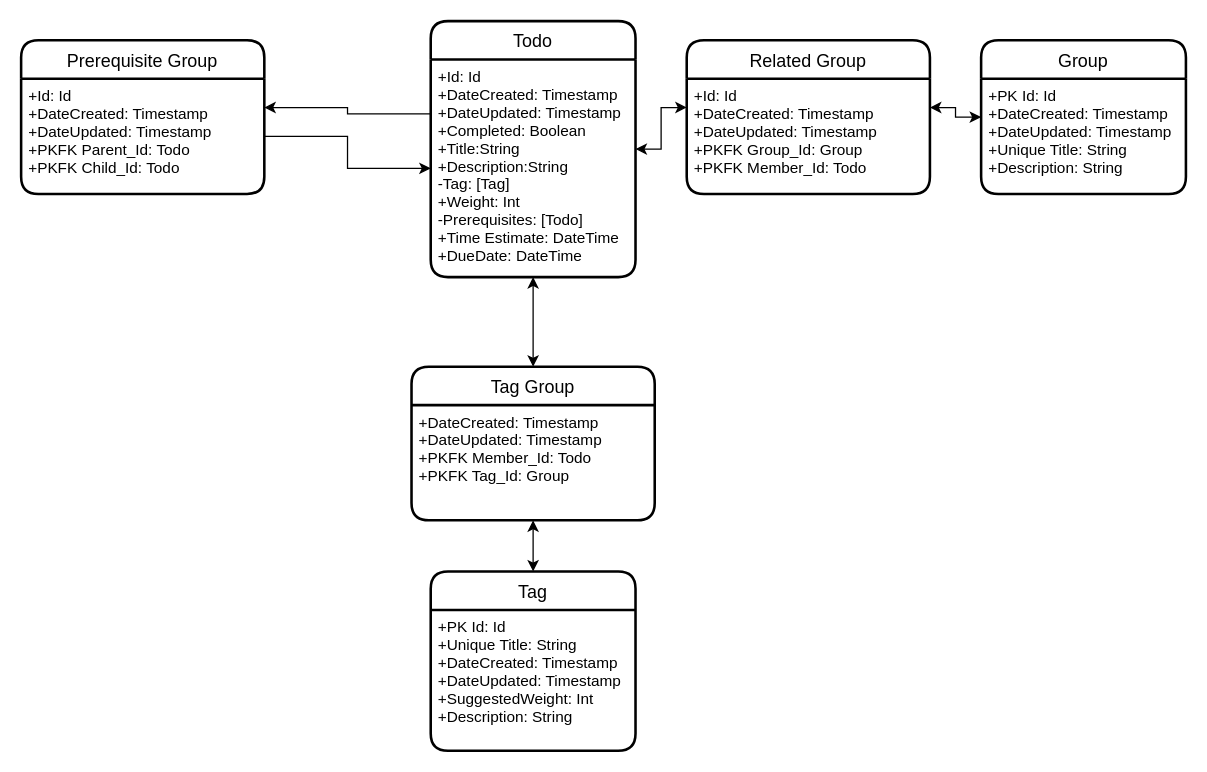
The draw.io diagram page "Database" (1 of 4) of database mockup.drawio in ChristopherCautivar/simple-todo-webapp, before the edit. Source tidied: cells renumbered, new cells numbered last; positions are measured from the earlier drawing's top-left corner, leaving out a move shared by most shapes. Both pictures are drawn from the tidied source at 128%, with x=0, y=0 at pixel (20, 20).
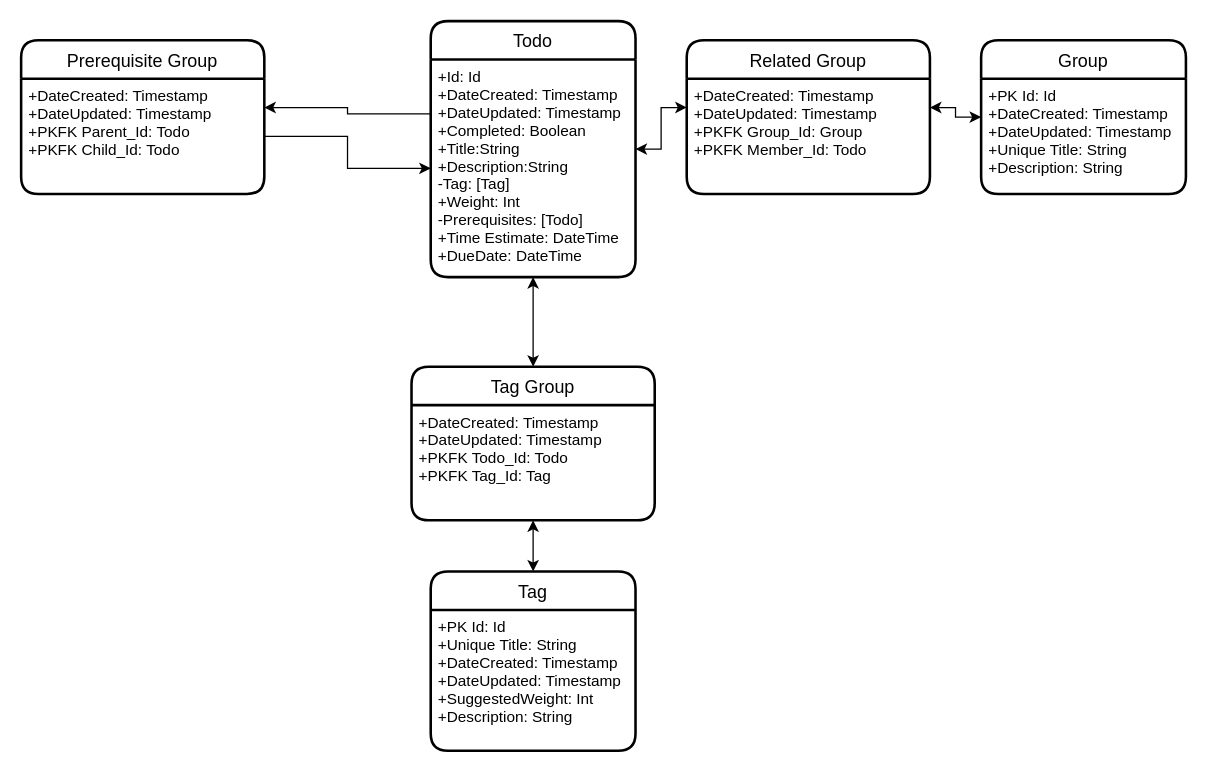
The same diagram, later.

The edit, as a diff of the source:
```diff
@@
 <mxGraphModel>
   <root>
     <mxCell id="0" />
     <mxCell id="1" parent="0" />
     <mxCell id="2" style="edgeStyle=orthogonalEdgeStyle;rounded=0;jettySize=auto;html=1;entryX=0;entryY=0.25;entryDx=0;entryDy=0;startArrow=classic;startFill=1;" parent="1" edge="1" source="3" target="11">
       <mxGeometry relative="1" as="geometry" />
     </mxCell>
     <mxCell id="3" value="Todo" style="swimlane;horizontal=1;startSize=30;rounded=1;fontSize=14;fontStyle=0;strokeWidth=2;shadow=0;dashed=0;align=center;" parent="1" vertex="1">
       <mxGeometry x="320" width="160" height="200" as="geometry" />
     </mxCell>
     <mxCell id="4" value="+Id: Id&#10;+DateCreated: Timestamp&#10;+DateUpdated: Timestamp&#10;+Completed: Boolean&#10;+Title:String&#10;+Description:String&#10;-Tag: [Tag]&#10;+Weight: Int&#10;-Prerequisites: [Todo]&#10;+Time Estimate: DateTime&#10;+DueDate: DateTime" style="align=left;strokeColor=none;fillColor=none;spacingLeft=4;fontSize=12;verticalAlign=top;" parent="3" vertex="1">
       <mxGeometry y="30" width="160" height="170" as="geometry" />
     </mxCell>
     <mxCell id="5" value="Tag" style="swimlane;horizontal=1;startSize=30;rounded=1;fontSize=14;fontStyle=0;strokeWidth=2;shadow=0;dashed=0;align=center;" parent="1" vertex="1">
       <mxGeometry x="320" y="430" width="160" height="140" as="geometry" />
     </mxCell>
     <mxCell id="6" value="+PK Id: Id&#10;+Unique Title: String&#10;+DateCreated: Timestamp&#10;+DateUpdated: Timestamp&#10;+SuggestedWeight: Int&#10;+Description: String" style="align=left;strokeColor=none;fillColor=none;spacingLeft=4;fontSize=12;verticalAlign=top;" parent="5" vertex="1">
       <mxGeometry y="30" width="160" height="110" as="geometry" />
     </mxCell>
     <mxCell id="7" style="edgeStyle=orthogonalEdgeStyle;rounded=0;jettySize=auto;html=1;exitX=1;exitY=0.25;exitDx=0;exitDy=0;startArrow=classic;startFill=1;" parent="1" edge="1" source="11" target="8">
       <mxGeometry relative="1" as="geometry" />
     </mxCell>
     <mxCell id="8" value="Group" style="swimlane;horizontal=1;startSize=30;rounded=1;fontSize=14;fontStyle=0;strokeWidth=2;shadow=0;dashed=0;align=center;" parent="1" vertex="1">
       <mxGeometry x="750" y="15" width="160" height="120" as="geometry" />
     </mxCell>
     <mxCell id="9" value="+PK Id: Id&#10;+DateCreated: Timestamp&#10;+DateUpdated: Timestamp&#10;+Unique Title: String&#10;+Description: String" style="align=left;strokeColor=none;fillColor=none;spacingLeft=4;fontSize=12;verticalAlign=top;" parent="8" vertex="1">
       <mxGeometry y="30" width="160" height="90" as="geometry" />
     </mxCell>
     <mxCell id="10" value="Related Group" style="swimlane;horizontal=1;startSize=30;rounded=1;fontSize=14;fontStyle=0;strokeWidth=2;shadow=0;dashed=0;align=center;" parent="1" vertex="1">
       <mxGeometry x="520" y="15" width="190" height="120" as="geometry" />
     </mxCell>
-    <mxCell id="11" value="+Id: Id&#10;+DateCreated: Timestamp&#10;+DateUpdated: Timestamp&#10;+PKFK Group_Id: Group&#10;+PKFK Member_Id: Todo" style="align=left;strokeColor=none;fillColor=none;spacingLeft=4;fontSize=12;verticalAlign=top;" parent="10" vertex="1">
+    <mxCell id="11" value="+DateCreated: Timestamp&#10;+DateUpdated: Timestamp&#10;+PKFK Group_Id: Group&#10;+PKFK Member_Id: Todo" style="align=left;strokeColor=none;fillColor=none;spacingLeft=4;fontSize=12;verticalAlign=top;" parent="10" vertex="1">
       <mxGeometry y="30" width="190" height="90" as="geometry" />
     </mxCell>
     <mxCell id="12" value="Tag Group" style="swimlane;horizontal=1;startSize=30;rounded=1;fontSize=14;fontStyle=0;strokeWidth=2;shadow=0;dashed=0;align=center;" parent="1" vertex="1">
       <mxGeometry x="305" y="270" width="190" height="120" as="geometry" />
     </mxCell>
-    <mxCell id="13" value="+DateCreated: Timestamp&#10;+DateUpdated: Timestamp&#10;+PKFK Member_Id: Todo&#10;+PKFK Tag_Id: Group" style="align=left;strokeColor=none;fillColor=none;spacingLeft=4;fontSize=12;verticalAlign=top;" parent="12" vertex="1">
+    <mxCell id="13" value="+DateCreated: Timestamp&#10;+DateUpdated: Timestamp&#10;+PKFK Todo_Id: Todo&#10;+PKFK Tag_Id: Tag" style="align=left;strokeColor=none;fillColor=none;spacingLeft=4;fontSize=12;verticalAlign=top;" parent="12" vertex="1">
       <mxGeometry y="30" width="190" height="90" as="geometry" />
     </mxCell>
     <mxCell id="14" value="Prerequisite Group" style="swimlane;horizontal=1;startSize=30;rounded=1;fontSize=14;fontStyle=0;strokeWidth=2;shadow=0;dashed=0;align=center;" parent="1" vertex="1">
       <mxGeometry y="15" width="190" height="120" as="geometry" />
     </mxCell>
-    <mxCell id="15" value="+Id: Id&#10;+DateCreated: Timestamp&#10;+DateUpdated: Timestamp&#10;+PKFK Parent_Id: Todo&#10;+PKFK Child_Id: Todo" style="align=left;strokeColor=none;fillColor=none;spacingLeft=4;fontSize=12;verticalAlign=top;" parent="14" vertex="1">
+    <mxCell id="15" value="+DateCreated: Timestamp&#10;+DateUpdated: Timestamp&#10;+PKFK Parent_Id: Todo&#10;+PKFK Child_Id: Todo" style="align=left;strokeColor=none;fillColor=none;spacingLeft=4;fontSize=12;verticalAlign=top;" parent="14" vertex="1">
       <mxGeometry y="30" width="190" height="90" as="geometry" />
     </mxCell>
     <mxCell id="16" style="edgeStyle=orthogonalEdgeStyle;rounded=0;jettySize=auto;html=1;exitX=0;exitY=0.25;exitDx=0;exitDy=0;entryX=1;entryY=0.25;entryDx=0;entryDy=0;" parent="1" edge="1" source="4" target="15">
       <mxGeometry relative="1" as="geometry" />
     </mxCell>
     <mxCell id="17" style="edgeStyle=orthogonalEdgeStyle;rounded=0;jettySize=auto;html=1;exitX=1;exitY=0.5;exitDx=0;exitDy=0;entryX=0;entryY=0.5;entryDx=0;entryDy=0;" parent="1" edge="1" source="15" target="4">
       <mxGeometry relative="1" as="geometry" />
     </mxCell>
     <mxCell id="18" style="edgeStyle=orthogonalEdgeStyle;rounded=0;jettySize=auto;html=1;exitX=0.5;exitY=1;exitDx=0;exitDy=0;entryX=0.5;entryY=0;entryDx=0;entryDy=0;startArrow=classic;startFill=1;" parent="1" edge="1" source="4" target="12">
       <mxGeometry relative="1" as="geometry" />
     </mxCell>
     <mxCell id="19" style="edgeStyle=orthogonalEdgeStyle;rounded=0;jettySize=auto;html=1;exitX=0.5;exitY=1;exitDx=0;exitDy=0;entryX=0.5;entryY=0;entryDx=0;entryDy=0;startArrow=classic;startFill=1;" parent="1" edge="1" source="13" target="5">
       <mxGeometry relative="1" as="geometry" />
     </mxCell>
   </root>
 </mxGraphModel>
```
